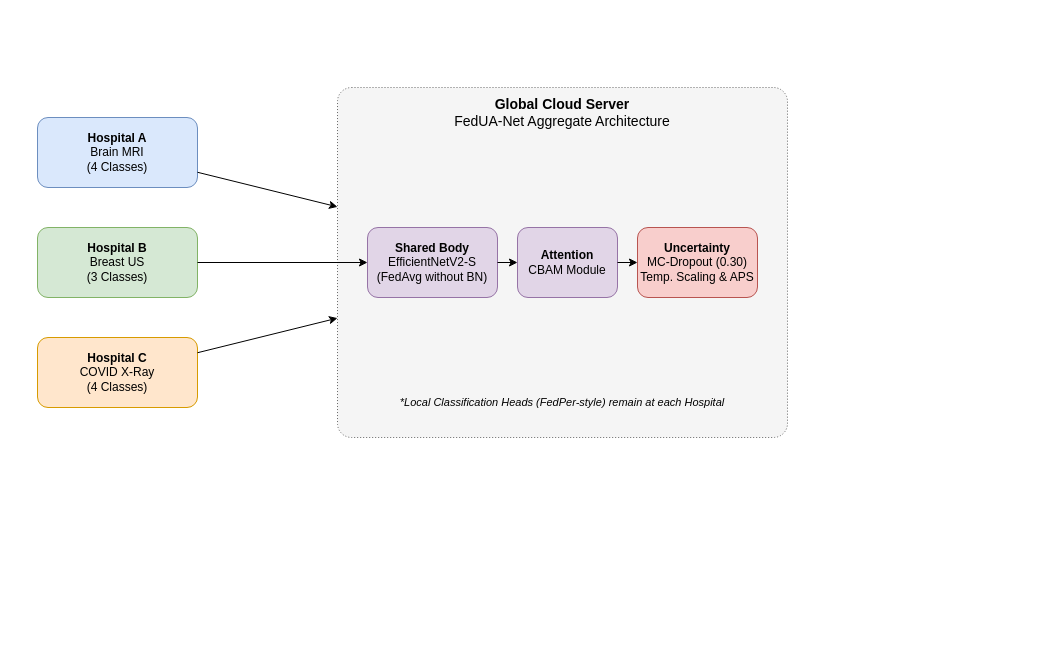
Before: methodology.drawio in tarequejosh/FedUA-net, a draw.io diagram. Source tidied: cells renumbered, new cells numbered last; positions are measured from the earlier drawing's top-left corner, leaving out a move shared by most shapes. Both pictures are drawn from the tidied source at 100%, with x=0, y=0 at pixel (37, 87).
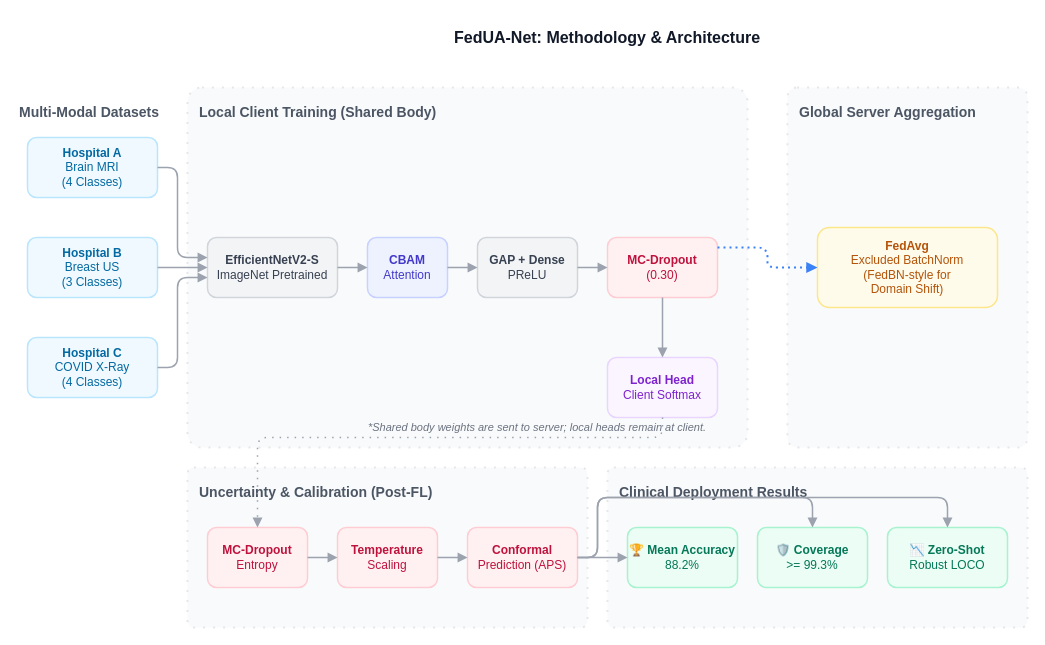
After the change.

Change to the diagram source:
```diff
@@
-    <mxCell id="2" style="rounded=1;whiteSpace=wrap;html=1;fillColor=#f5f5f5;strokeColor=#666666;dashed=1;dashPattern=1 2;arcSize=4;" parent="1" vertex="1">
-      <mxGeometry x="300" width="450" height="350" as="geometry" />
-    </mxCell>
-    <mxCell id="3" value="&lt;b&gt;Global Cloud Server&lt;/b&gt;&lt;br&gt;FedUA-Net Aggregate Architecture" style="text;html=1;strokeColor=none;fillColor=none;align=center;verticalAlign=middle;whiteSpace=wrap;rounded=0;fontSize=14;" parent="1" vertex="1">
-      <mxGeometry x="310" y="10" width="430" height="30" as="geometry" />
-    </mxCell>
+    <mxCell id="16" style="rounded=1;whiteSpace=wrap;html=1;fillColor=#f9fafb;strokeColor=#e5e7eb;dashed=1;dashPattern=1 4;arcSize=4;strokeWidth=2;" parent="1" vertex="1">
+      <mxGeometry x="150" width="560" height="360" as="geometry" />
+    </mxCell>
+    <mxCell id="17" value="Local Client Training (Shared Body)" style="text;html=1;strokeColor=none;fillColor=none;align=left;verticalAlign=middle;whiteSpace=wrap;rounded=0;fontSize=14;fontStyle=1;fontColor=#4b5563;" parent="1" vertex="1">
+      <mxGeometry x="160" y="10" width="300" height="30" as="geometry" />
+    </mxCell>
+    <mxCell id="18" style="rounded=1;whiteSpace=wrap;html=1;fillColor=#f9fafb;strokeColor=#e5e7eb;dashed=1;dashPattern=1 4;arcSize=4;strokeWidth=2;" parent="1" vertex="1">
+      <mxGeometry x="750" width="240" height="360" as="geometry" />
+    </mxCell>
+    <mxCell id="19" value="Global Server Aggregation" style="text;html=1;strokeColor=none;fillColor=none;align=left;verticalAlign=middle;whiteSpace=wrap;rounded=0;fontSize=14;fontStyle=1;fontColor=#4b5563;" parent="1" vertex="1">
+      <mxGeometry x="760" y="10" width="200" height="30" as="geometry" />
+    </mxCell>
+    <mxCell id="20" style="rounded=1;whiteSpace=wrap;html=1;fillColor=#f9fafb;strokeColor=#e5e7eb;dashed=1;dashPattern=1 4;arcSize=4;strokeWidth=2;" parent="1" vertex="1">
+      <mxGeometry x="150" y="380" width="400" height="160" as="geometry" />
+    </mxCell>
+    <mxCell id="21" value="Uncertainty &amp; Calibration (Post-FL)" style="text;html=1;strokeColor=none;fillColor=none;align=left;verticalAlign=middle;whiteSpace=wrap;rounded=0;fontSize=14;fontStyle=1;fontColor=#4b5563;" parent="1" vertex="1">
+      <mxGeometry x="160" y="390" width="300" height="30" as="geometry" />
+    </mxCell>
+    <mxCell id="22" style="rounded=1;whiteSpace=wrap;html=1;fillColor=#f9fafb;strokeColor=#e5e7eb;dashed=1;dashPattern=1 4;arcSize=4;strokeWidth=2;" parent="1" vertex="1">
+      <mxGeometry x="570" y="380" width="420" height="160" as="geometry" />
+    </mxCell>
+    <mxCell id="23" value="Clinical Deployment Results" style="text;html=1;strokeColor=none;fillColor=none;align=left;verticalAlign=middle;whiteSpace=wrap;rounded=0;fontSize=14;fontStyle=1;fontColor=#4b5563;" parent="1" vertex="1">
+      <mxGeometry x="580" y="390" width="300" height="30" as="geometry" />
+    </mxCell>
+    <mxCell id="24" value="FedUA-Net: Methodology &amp; Architecture" style="text;html=1;strokeColor=none;fillColor=none;align=center;verticalAlign=middle;whiteSpace=wrap;rounded=0;fontSize=16;fontStyle=1;fontColor=#111827;" parent="1" vertex="1">
+      <mxGeometry x="150" y="-70" width="840" height="40" as="geometry" />
+    </mxCell>
+    <mxCell id="25" value="Multi-Modal Datasets" style="text;html=1;strokeColor=none;fillColor=none;align=left;verticalAlign=middle;whiteSpace=wrap;rounded=0;fontSize=14;fontStyle=1;fontColor=#4b5563;" parent="1" vertex="1">
+      <mxGeometry x="-20" y="10" width="160" height="30" as="geometry" />
+    </mxCell>
-    <mxCell id="4" value="&lt;b&gt;Hospital A&lt;/b&gt;&lt;br&gt;Brain MRI&lt;br&gt;(4 Classes)" style="rounded=1;whiteSpace=wrap;html=1;fillColor=#dae8fc;strokeColor=#6c8ebf;" parent="1" vertex="1">
-      <mxGeometry y="30" width="160" height="70" as="geometry" />
+    <mxCell id="4" value="&lt;b&gt;Hospital A&lt;/b&gt;&lt;br&gt;Brain MRI&lt;br&gt;(4 Classes)" style="rounded=1;whiteSpace=wrap;html=1;fillColor=#f0f9ff;strokeColor=#bae6fd;fontColor=#0369a1;fontFamily=Helvetica;fontSize=12;strokeWidth=1.5;" parent="1" vertex="1">
+      <mxGeometry x="-10" y="50" width="130" height="60" as="geometry" />
     </mxCell>
-    <mxCell id="5" value="&lt;b&gt;Hospital B&lt;/b&gt;&lt;br&gt;Breast US&lt;br&gt;(3 Classes)" style="rounded=1;whiteSpace=wrap;html=1;fillColor=#d5e8d4;strokeColor=#82b366;" parent="1" vertex="1">
-      <mxGeometry y="140" width="160" height="70" as="geometry" />
+    <mxCell id="5" value="&lt;b&gt;Hospital B&lt;/b&gt;&lt;br&gt;Breast US&lt;br&gt;(3 Classes)" style="rounded=1;whiteSpace=wrap;html=1;fillColor=#f0f9ff;strokeColor=#bae6fd;fontColor=#0369a1;fontFamily=Helvetica;fontSize=12;strokeWidth=1.5;" parent="1" vertex="1">
+      <mxGeometry x="-10" y="150" width="130" height="60" as="geometry" />
     </mxCell>
-    <mxCell id="6" value="&lt;b&gt;Hospital C&lt;/b&gt;&lt;br&gt;COVID X-Ray&lt;br&gt;(4 Classes)" style="rounded=1;whiteSpace=wrap;html=1;fillColor=#ffe6cc;strokeColor=#d79b00;" parent="1" vertex="1">
-      <mxGeometry y="250" width="160" height="70" as="geometry" />
+    <mxCell id="6" value="&lt;b&gt;Hospital C&lt;/b&gt;&lt;br&gt;COVID X-Ray&lt;br&gt;(4 Classes)" style="rounded=1;whiteSpace=wrap;html=1;fillColor=#f0f9ff;strokeColor=#bae6fd;fontColor=#0369a1;fontFamily=Helvetica;fontSize=12;strokeWidth=1.5;" parent="1" vertex="1">
+      <mxGeometry x="-10" y="250" width="130" height="60" as="geometry" />
     </mxCell>
-    <mxCell id="7" value="&lt;b&gt;Shared Body&lt;/b&gt;&lt;br&gt;EfficientNetV2-S&lt;br&gt;(FedAvg without BN)" style="rounded=1;whiteSpace=wrap;html=1;fillColor=#e1d5e7;strokeColor=#9673a6;" parent="1" vertex="1">
-      <mxGeometry x="330" y="140" width="130" height="70" as="geometry" />
-    </mxCell>
-    <mxCell id="8" value="&lt;b&gt;Attention&lt;/b&gt;&lt;br&gt;CBAM Module" style="rounded=1;whiteSpace=wrap;html=1;fillColor=#e1d5e7;strokeColor=#9673a6;" parent="1" vertex="1">
-      <mxGeometry x="480" y="140" width="100" height="70" as="geometry" />
-    </mxCell>
-    <mxCell id="9" value="&lt;b&gt;Uncertainty&lt;/b&gt;&lt;br&gt;MC-Dropout (0.30)&lt;br&gt;Temp. Scaling &amp; APS" style="rounded=1;whiteSpace=wrap;html=1;fillColor=#f8cecc;strokeColor=#b85450;" parent="1" vertex="1">
-      <mxGeometry x="600" y="140" width="120" height="70" as="geometry" />
-    </mxCell>
-    <mxCell id="10" parent="1" edge="1" source="4" target="2">
-      <mxGeometry relative="1" as="geometry" />
-    </mxCell>
-    <mxCell id="11" parent="1" edge="1" source="5" target="7">
-      <mxGeometry relative="1" as="geometry" />
-    </mxCell>
-    <mxCell id="12" parent="1" edge="1" source="6" target="2">
-      <mxGeometry relative="1" as="geometry" />
-    </mxCell>
-    <mxCell id="13" parent="1" edge="1" source="7" target="8">
-      <mxGeometry relative="1" as="geometry" />
-    </mxCell>
-    <mxCell id="14" parent="1" edge="1" source="8" target="9">
-      <mxGeometry relative="1" as="geometry" />
-    </mxCell>
-    <mxCell id="15" value="*Local Classification Heads (FedPer-style) remain at each Hospital" style="text;html=1;strokeColor=none;fillColor=none;align=center;verticalAlign=middle;whiteSpace=wrap;rounded=0;fontStyle=2;fontSize=11;" parent="1" vertex="1">
-      <mxGeometry x="350" y="300" width="350" height="30" as="geometry" />
-    </mxCell>
+    <mxCell id="26" value="&lt;b&gt;EfficientNetV2-S&lt;/b&gt;&lt;br&gt;ImageNet Pretrained" style="rounded=1;whiteSpace=wrap;html=1;fillColor=#f3f4f6;strokeColor=#d1d5db;fontColor=#374151;fontFamily=Helvetica;fontSize=12;strokeWidth=1.5;" parent="1" vertex="1">
+      <mxGeometry x="170" y="150" width="130" height="60" as="geometry" />
+    </mxCell>
+    <mxCell id="27" value="&lt;b&gt;CBAM&lt;/b&gt;&lt;br&gt;Attention" style="rounded=1;whiteSpace=wrap;html=1;fillColor=#eef2ff;strokeColor=#c7d2fe;fontColor=#4338ca;fontFamily=Helvetica;fontSize=12;strokeWidth=1.5;" parent="1" vertex="1">
+      <mxGeometry x="330" y="150" width="80" height="60" as="geometry" />
+    </mxCell>
+    <mxCell id="28" value="&lt;b&gt;GAP + Dense&lt;/b&gt;&lt;br&gt;PReLU" style="rounded=1;whiteSpace=wrap;html=1;fillColor=#f3f4f6;strokeColor=#d1d5db;fontColor=#374151;fontFamily=Helvetica;fontSize=12;strokeWidth=1.5;" parent="1" vertex="1">
+      <mxGeometry x="440" y="150" width="100" height="60" as="geometry" />
+    </mxCell>
+    <mxCell id="29" value="&lt;b&gt;MC-Dropout&lt;/b&gt;&lt;br&gt;(0.30)" style="rounded=1;whiteSpace=wrap;html=1;fillColor=#fff1f2;strokeColor=#fecdd3;fontColor=#be123c;fontFamily=Helvetica;fontSize=12;strokeWidth=1.5;" parent="1" vertex="1">
+      <mxGeometry x="570" y="150" width="110" height="60" as="geometry" />
+    </mxCell>
+    <mxCell id="30" value="&lt;b&gt;Local Head&lt;/b&gt;&lt;br&gt;Client Softmax" style="rounded=1;whiteSpace=wrap;html=1;fillColor=#faf5ff;strokeColor=#e9d5ff;fontColor=#7e22ce;fontFamily=Helvetica;fontSize=12;strokeWidth=1.5;" parent="1" vertex="1">
+      <mxGeometry x="570" y="270" width="110" height="60" as="geometry" />
+    </mxCell>
+    <mxCell id="31" value="&lt;b&gt;FedAvg&lt;/b&gt;&lt;br&gt;Excluded BatchNorm&lt;br&gt;(FedBN-style for&lt;br&gt;Domain Shift)" style="rounded=1;whiteSpace=wrap;html=1;fillColor=#fffbeb;strokeColor=#fde68a;fontColor=#b45309;fontFamily=Helvetica;fontSize=12;strokeWidth=1.5;" parent="1" vertex="1">
+      <mxGeometry x="780" y="140" width="180" height="80" as="geometry" />
+    </mxCell>
+    <mxCell id="32" value="&lt;b&gt;MC-Dropout&lt;/b&gt;&lt;br&gt;Entropy" style="rounded=1;whiteSpace=wrap;html=1;fillColor=#fff1f2;strokeColor=#fecdd3;fontColor=#be123c;fontFamily=Helvetica;fontSize=12;strokeWidth=1.5;" parent="1" vertex="1">
+      <mxGeometry x="170" y="440" width="100" height="60" as="geometry" />
+    </mxCell>
+    <mxCell id="33" value="&lt;b&gt;Temperature&lt;/b&gt;&lt;br&gt;Scaling" style="rounded=1;whiteSpace=wrap;html=1;fillColor=#fff1f2;strokeColor=#fecdd3;fontColor=#be123c;fontFamily=Helvetica;fontSize=12;strokeWidth=1.5;" parent="1" vertex="1">
+      <mxGeometry x="300" y="440" width="100" height="60" as="geometry" />
+    </mxCell>
+    <mxCell id="34" value="&lt;b&gt;Conformal&lt;/b&gt;&lt;br&gt;Prediction (APS)" style="rounded=1;whiteSpace=wrap;html=1;fillColor=#fff1f2;strokeColor=#fecdd3;fontColor=#be123c;fontFamily=Helvetica;fontSize=12;strokeWidth=1.5;" parent="1" vertex="1">
+      <mxGeometry x="430" y="440" width="110" height="60" as="geometry" />
+    </mxCell>
+    <mxCell id="35" value="🏆 &lt;b&gt;Mean Accuracy&lt;/b&gt;&lt;br&gt;88.2%" style="rounded=1;whiteSpace=wrap;html=1;fillColor=#ecfdf5;strokeColor=#a7f3d0;fontColor=#047857;fontFamily=Helvetica;fontSize=12;strokeWidth=1.5;" parent="1" vertex="1">
+      <mxGeometry x="590" y="440" width="110" height="60" as="geometry" />
+    </mxCell>
+    <mxCell id="36" value="🛡️ &lt;b&gt;Coverage&lt;/b&gt;&lt;br&gt;&gt;= 99.3%" style="rounded=1;whiteSpace=wrap;html=1;fillColor=#ecfdf5;strokeColor=#a7f3d0;fontColor=#047857;fontFamily=Helvetica;fontSize=12;strokeWidth=1.5;" parent="1" vertex="1">
+      <mxGeometry x="720" y="440" width="110" height="60" as="geometry" />
+    </mxCell>
+    <mxCell id="37" value="📉 &lt;b&gt;Zero-Shot&lt;/b&gt;&lt;br&gt;Robust LOCO" style="rounded=1;whiteSpace=wrap;html=1;fillColor=#ecfdf5;strokeColor=#a7f3d0;fontColor=#047857;fontFamily=Helvetica;fontSize=12;strokeWidth=1.5;" parent="1" vertex="1">
+      <mxGeometry x="850" y="440" width="120" height="60" as="geometry" />
+    </mxCell>
+    <mxCell id="38" style="edgeStyle=orthogonalEdgeStyle;rounded=1;jettySize=auto;html=1;strokeColor=#9ca3af;strokeWidth=1.5;endArrow=block;endFill=1;fontColor=#4b5563;fontSize=11;" parent="1" edge="1" source="4" target="26">
+      <mxGeometry relative="1" as="geometry">
+        <Array as="points">
+          <mxPoint x="140" y="80" />
+          <mxPoint x="140" y="170" />
+        </Array>
+      </mxGeometry>
+    </mxCell>
+    <mxCell id="39" style="edgeStyle=orthogonalEdgeStyle;rounded=1;jettySize=auto;html=1;strokeColor=#9ca3af;strokeWidth=1.5;endArrow=block;endFill=1;fontColor=#4b5563;fontSize=11;" parent="1" edge="1" source="5" target="26">
+      <mxGeometry relative="1" as="geometry" />
+    </mxCell>
+    <mxCell id="40" style="edgeStyle=orthogonalEdgeStyle;rounded=1;jettySize=auto;html=1;strokeColor=#9ca3af;strokeWidth=1.5;endArrow=block;endFill=1;fontColor=#4b5563;fontSize=11;" parent="1" edge="1" source="6" target="26">
+      <mxGeometry relative="1" as="geometry">
+        <Array as="points">
+          <mxPoint x="140" y="280" />
+          <mxPoint x="140" y="190" />
+        </Array>
+      </mxGeometry>
+    </mxCell>
+    <mxCell id="41" style="edgeStyle=orthogonalEdgeStyle;rounded=1;jettySize=auto;html=1;strokeColor=#9ca3af;strokeWidth=1.5;endArrow=block;endFill=1;fontColor=#4b5563;fontSize=11;" parent="1" edge="1" source="26" target="27">
+      <mxGeometry relative="1" as="geometry" />
+    </mxCell>
+    <mxCell id="42" style="edgeStyle=orthogonalEdgeStyle;rounded=1;jettySize=auto;html=1;strokeColor=#9ca3af;strokeWidth=1.5;endArrow=block;endFill=1;fontColor=#4b5563;fontSize=11;" parent="1" edge="1" source="27" target="28">
+      <mxGeometry relative="1" as="geometry" />
+    </mxCell>
+    <mxCell id="43" style="edgeStyle=orthogonalEdgeStyle;rounded=1;jettySize=auto;html=1;strokeColor=#9ca3af;strokeWidth=1.5;endArrow=block;endFill=1;fontColor=#4b5563;fontSize=11;" parent="1" edge="1" source="28" target="29">
+      <mxGeometry relative="1" as="geometry" />
+    </mxCell>
+    <mxCell id="44" style="edgeStyle=orthogonalEdgeStyle;rounded=1;jettySize=auto;html=1;strokeColor=#9ca3af;strokeWidth=1.5;endArrow=block;endFill=1;fontColor=#4b5563;fontSize=11;" parent="1" edge="1" source="29" target="30">
+      <mxGeometry relative="1" as="geometry" />
+    </mxCell>
+    <mxCell id="45" style="edgeStyle=orthogonalEdgeStyle;rounded=1;jettySize=auto;html=1;strokeColor=#3b82f6;strokeWidth=2;endArrow=block;endFill=1;dashed=1;dashPattern=1 2;" parent="1" edge="1" source="29" target="31">
+      <mxGeometry relative="1" as="geometry">
+        <Array as="points">
+          <mxPoint x="730" y="160" />
+        </Array>
+      </mxGeometry>
+    </mxCell>
+    <mxCell id="46" style="edgeStyle=orthogonalEdgeStyle;rounded=1;jettySize=auto;html=1;strokeColor=#9ca3af;strokeWidth=1.5;endArrow=block;endFill=1;fontColor=#4b5563;fontSize=11;dashed=1;dashPattern=1 4;" parent="1" edge="1" source="30" target="32">
+      <mxGeometry relative="1" as="geometry">
+        <Array as="points">
+          <mxPoint x="625" y="350" />
+          <mxPoint x="220" y="350" />
+        </Array>
+      </mxGeometry>
+    </mxCell>
+    <mxCell id="47" style="edgeStyle=orthogonalEdgeStyle;rounded=1;jettySize=auto;html=1;strokeColor=#9ca3af;strokeWidth=1.5;endArrow=block;endFill=1;fontColor=#4b5563;fontSize=11;" parent="1" edge="1" source="32" target="33">
+      <mxGeometry relative="1" as="geometry" />
+    </mxCell>
+    <mxCell id="48" style="edgeStyle=orthogonalEdgeStyle;rounded=1;jettySize=auto;html=1;strokeColor=#9ca3af;strokeWidth=1.5;endArrow=block;endFill=1;fontColor=#4b5563;fontSize=11;" parent="1" edge="1" source="33" target="34">
+      <mxGeometry relative="1" as="geometry" />
+    </mxCell>
+    <mxCell id="49" style="edgeStyle=orthogonalEdgeStyle;rounded=1;jettySize=auto;html=1;strokeColor=#9ca3af;strokeWidth=1.5;endArrow=block;endFill=1;fontColor=#4b5563;fontSize=11;" parent="1" edge="1" source="34" target="35">
+      <mxGeometry relative="1" as="geometry" />
+    </mxCell>
+    <mxCell id="50" style="edgeStyle=orthogonalEdgeStyle;rounded=1;jettySize=auto;html=1;strokeColor=#9ca3af;strokeWidth=1.5;endArrow=block;endFill=1;fontColor=#4b5563;fontSize=11;" parent="1" edge="1" source="34" target="36">
+      <mxGeometry relative="1" as="geometry">
+        <Array as="points">
+          <mxPoint x="560" y="470" />
+          <mxPoint x="560" y="410" />
+          <mxPoint x="775" y="410" />
+        </Array>
+      </mxGeometry>
+    </mxCell>
+    <mxCell id="51" style="edgeStyle=orthogonalEdgeStyle;rounded=1;jettySize=auto;html=1;strokeColor=#9ca3af;strokeWidth=1.5;endArrow=block;endFill=1;fontColor=#4b5563;fontSize=11;" parent="1" edge="1" source="34" target="37">
+      <mxGeometry relative="1" as="geometry">
+        <Array as="points">
+          <mxPoint x="560" y="470" />
+          <mxPoint x="560" y="410" />
+          <mxPoint x="910" y="410" />
+        </Array>
+      </mxGeometry>
+    </mxCell>
+    <mxCell id="52" value="*Shared body weights are sent to server; local heads remain at client." style="text;html=1;strokeColor=none;fillColor=none;align=center;verticalAlign=middle;whiteSpace=wrap;rounded=0;fontSize=11;fontStyle=2;fontColor=#6b7280;" parent="1" vertex="1">
+      <mxGeometry x="300" y="330" width="400" height="20" as="geometry" />
+    </mxCell>
```
